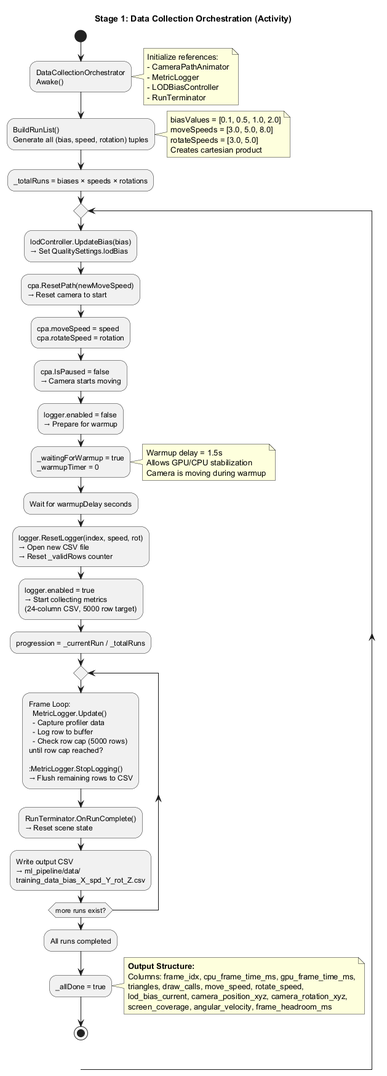
Above: ml_pipeline/Diagram/Stage_1/Stage_1_DataCollection_Orchestration.png in Silent0Wings/neural-lod (PlantUML), before the change.
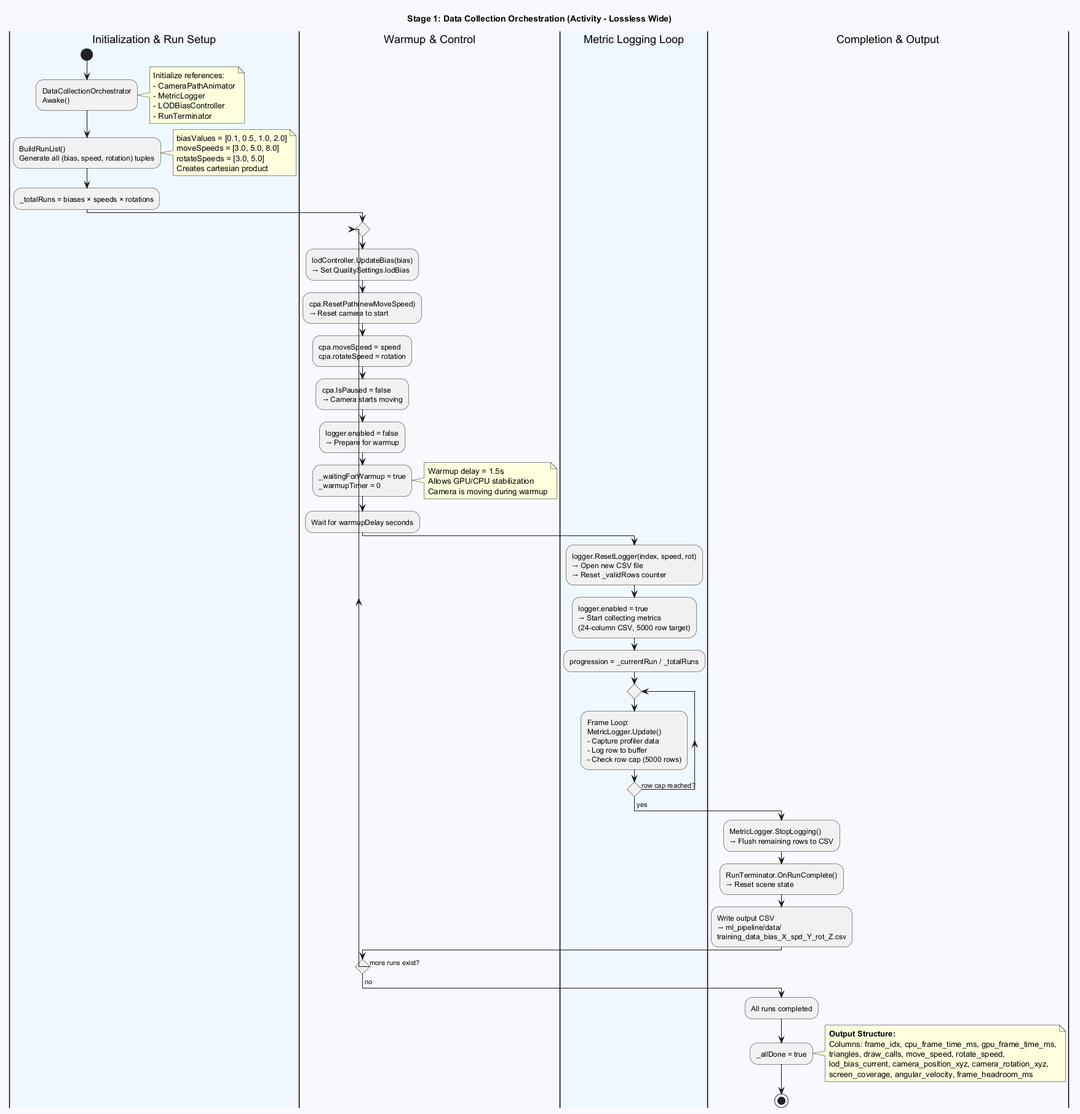
Above is the later version.

Change to the diagram source:
```diff
@@ -1,9 +1,12 @@
 @startuml Stage_1_DataCollection_Orchestration
 
-title Stage 1: Data Collection Orchestration (Activity)
+title Stage 1: Data Collection Orchestration (Activity - Lossless Wide)
 
+skinparam conditionStyle diamond
+skinparam defaultTextAlignment left
+
+|#AliceBlue|Initialization & Run Setup|
 start
-
 :DataCollectionOrchestrator
 Awake();
 note right
@@ -25,6 +28,7 @@
 
 :_totalRuns = biases × speeds × rotations;
 
+|#GhostWhite|Warmup & Control|
 repeat
   :lodController.UpdateBias(bias)
   → Set QualitySettings.lodBias;
@@ -51,6 +55,7 @@
 
   :Wait for warmupDelay seconds;
 
+|#AliceBlue|Metric Logging Loop|
   :logger.ResetLogger(index, speed, rot)
   → Open new CSV file
   → Reset _validRows counter;
@@ -66,9 +71,11 @@
     MetricLogger.Update()
     - Capture profiler data
     - Log row to buffer
-    - Check row cap (5000 rows)
-  until row cap reached?
+    - Check row cap (5000 rows);
+  repeat while (row cap reached?) is (no)
+  ->yes;
 
+|#GhostWhite|Completion & Output|
   :MetricLogger.StopLogging()
   → Flush remaining rows to CSV;
 
@@ -79,7 +86,8 @@
   → ml_pipeline/data/
   training_data_bias_X_spd_Y_rot_Z.csv;
 
-repeat while (more runs exist?)
+repeat while (more runs exist?) is (yes)
+->no;
 
 :All runs completed;
 :_allDone = true;
```
